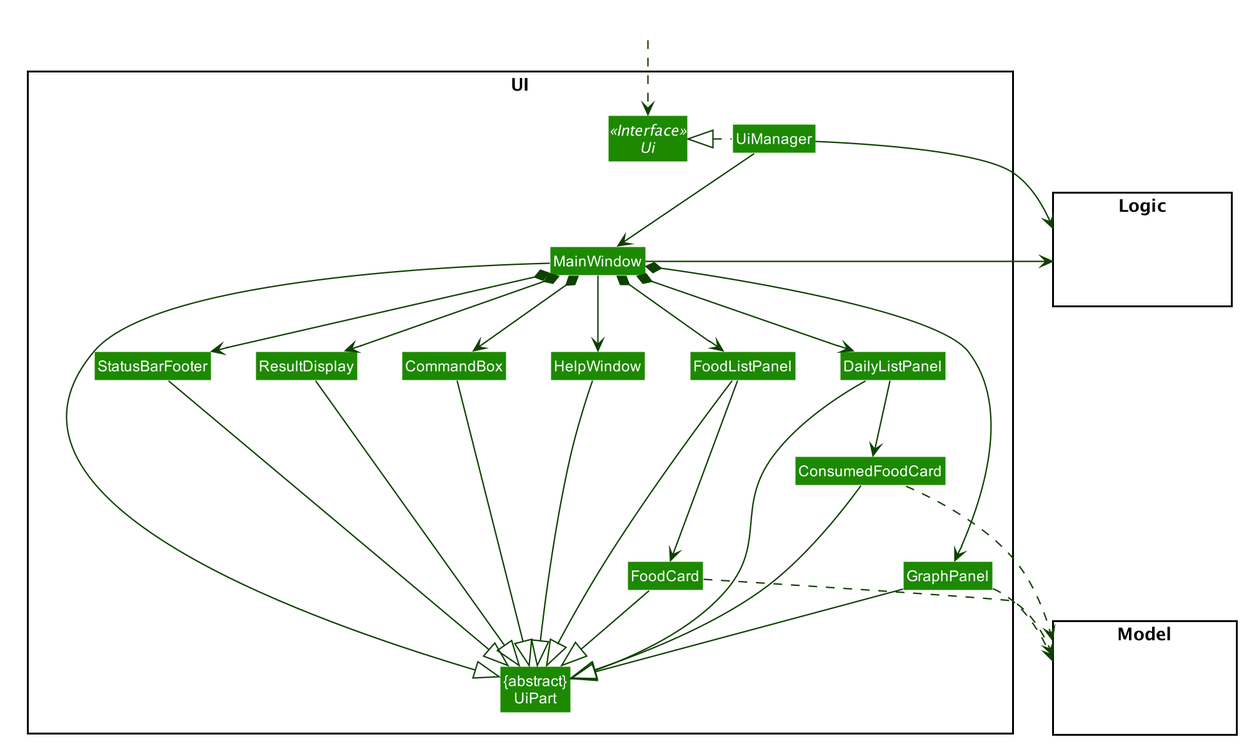
The PlantUML diagram images/UiClassDiagram.png in AY1920S2-CS2103T-F11-1/main, before a commit.
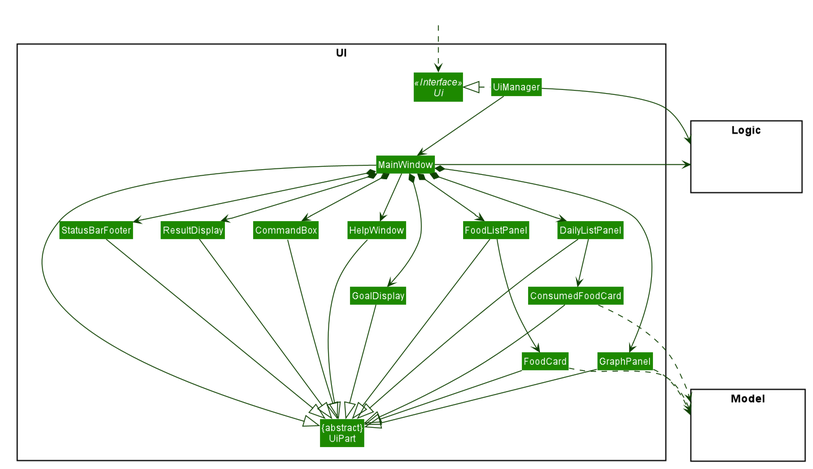
The same file after the commit.

Change to the diagram source:
```diff
@@ -59,6 +59,7 @@
 Class MainWindow
 Class HelpWindow
 Class ResultDisplay
+Class GoalDisplay
 Class FoodListPanel
 Class FoodCard
 Class DailyListPanel
@@ -84,6 +85,7 @@
 MainWindow --> HelpWindow
 MainWindow *-down-> CommandBox
 MainWindow *-down-> ResultDisplay
+MainWindow *-down-> GoalDisplay
 MainWindow *-down-> FoodListPanel
 MainWindow *-down-> DailyListPanel
 MainWindow *-down-> StatusBarFooter
@@ -96,6 +98,7 @@
 
 
 ResultDisplay --|> UiPart
+GoalDisplay --|> UiPart
 CommandBox --|> UiPart
 FoodListPanel --|> UiPart
 FoodCard --|> UiPart
```
